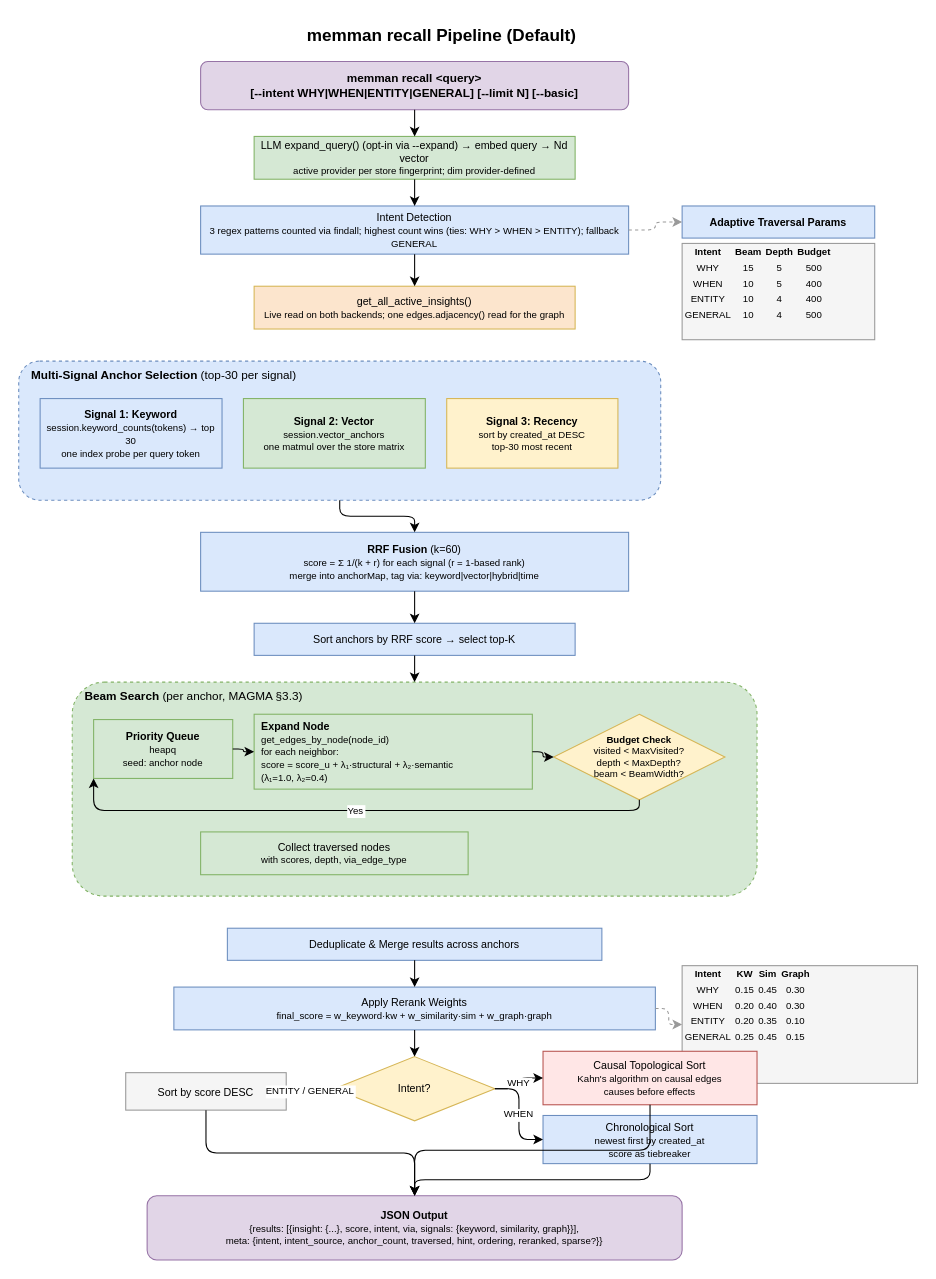
bissli/memman keeps this draw.io diagram as docs/diagrams/03-smart-recall-pipeline.drawio. Above is the earlier version. Source tidied: cells renumbered, new cells numbered last; positions are measured from the earlier drawing's top-left corner, leaving out a move shared by most shapes. Both pictures are drawn from the tidied source at 107%, with x=0, y=0 at pixel (18, 18).
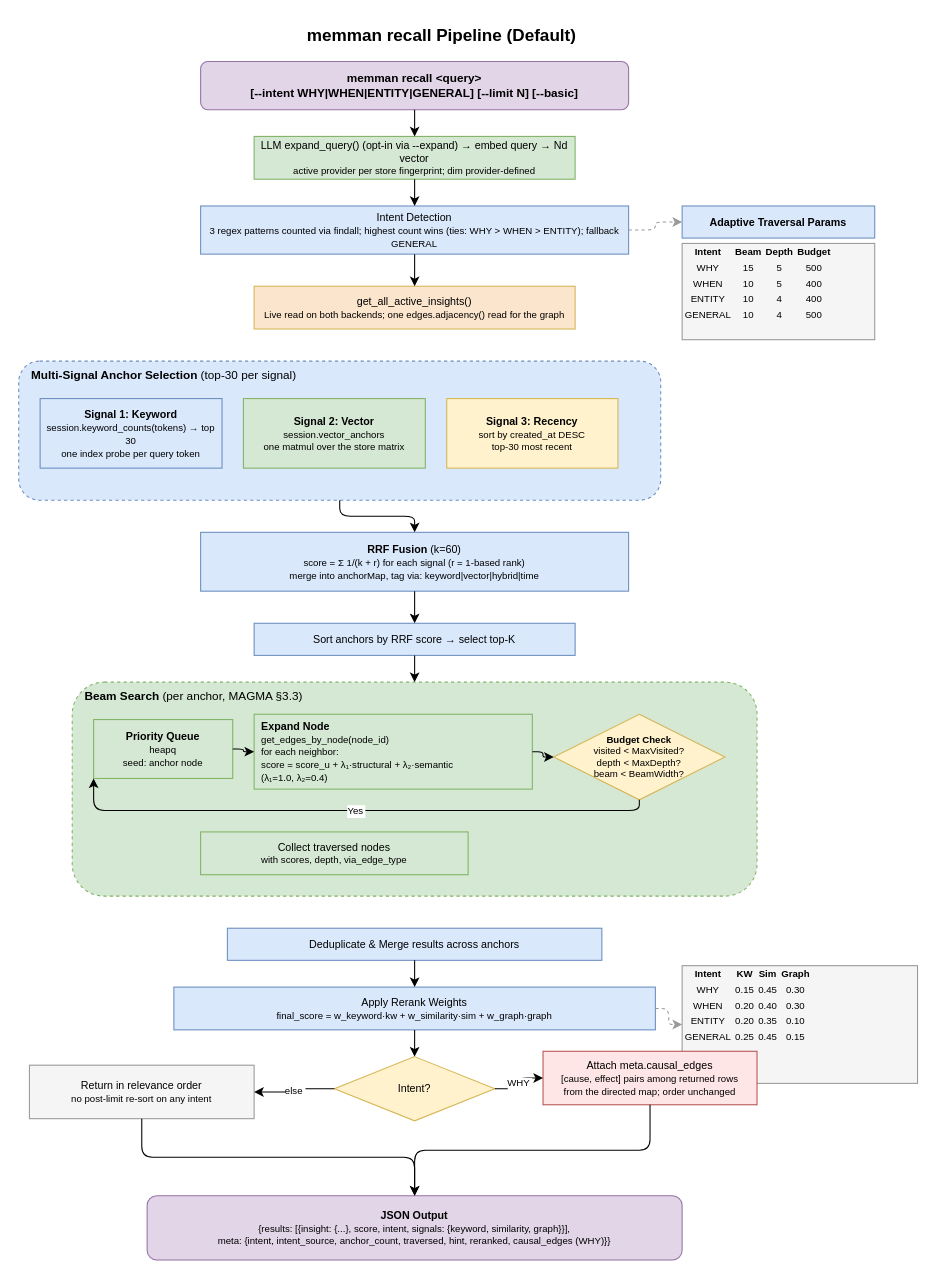
The same diagram, later.

Unchanged cells that the change refers to:
```xml
<mxCell id="35" value="Intent?" style="rhombus;whiteSpace=wrap;html=1;fillColor=#fff2cc;strokeColor=#d6b656;fontSize=10;" parent="1" vertex="1">
  <mxGeometry x="295" y="970" width="150" height="60" as="geometry" />
</mxCell>
```

The edit, as a diff of the source:
```diff
@@
-    <mxCell id="37" value="Causal Topological Sort&lt;br&gt;&lt;font style=&quot;font-size:9px&quot;&gt;Kahn's algorithm on causal edges&lt;br&gt;causes before effects&lt;/font&gt;" style="rounded=0;whiteSpace=wrap;html=1;fillColor=#FFE6E6;strokeColor=#b85450;fontSize=10;" parent="1" vertex="1">
+    <mxCell id="37" value="Attach meta.causal_edges&lt;br&gt;&lt;font style=&quot;font-size:9px&quot;&gt;[cause, effect] pairs among returned rows&lt;br&gt;from the directed map; order unchanged&lt;/font&gt;" style="rounded=0;whiteSpace=wrap;html=1;fillColor=#FFE6E6;strokeColor=#b85450;fontSize=10;" parent="1" vertex="1">
       <mxGeometry x="490" y="965" width="200" height="50" as="geometry" />
     </mxCell>
@@
-    <mxCell id="39" value="Chronological Sort&lt;br&gt;&lt;font style=&quot;font-size:9px&quot;&gt;newest first by created_at&lt;br&gt;score as tiebreaker&lt;/font&gt;" style="rounded=0;whiteSpace=wrap;html=1;fillColor=#dae8fc;strokeColor=#6c8ebf;fontSize=10;" parent="1" vertex="1">
-      <mxGeometry x="490" y="1025" width="200" height="45" as="geometry" />
-    </mxCell>
-    <mxCell id="40" value="WHEN" style="edgeStyle=orthogonalEdgeStyle;rounded=1;fontSize=9;" parent="1" edge="1" source="35" target="39">
-      <mxGeometry relative="1" as="geometry" />
-    </mxCell>
-    <mxCell id="41" value="Sort by score DESC" style="rounded=0;whiteSpace=wrap;html=1;fillColor=#f5f5f5;strokeColor=#999999;fontSize=10;" parent="1" vertex="1">
-      <mxGeometry x="100" y="985" width="150" height="35" as="geometry" />
+    <mxCell id="41" value="Return in relevance order&lt;br&gt;&lt;font style=&quot;font-size:9px&quot;&gt;no post-limit re-sort on any intent&lt;/font&gt;" style="rounded=0;whiteSpace=wrap;html=1;fillColor=#f5f5f5;strokeColor=#999999;fontSize=10;" parent="1" vertex="1">
+      <mxGeometry x="10" y="978" width="210" height="50" as="geometry" />
     </mxCell>
-    <mxCell id="42" value="ENTITY / GENERAL" style="edgeStyle=orthogonalEdgeStyle;rounded=1;fontSize=9;" parent="1" edge="1" source="35" target="41">
+    <mxCell id="42" value="else" style="edgeStyle=orthogonalEdgeStyle;rounded=1;fontSize=9;" parent="1" edge="1" source="35" target="41">
       <mxGeometry relative="1" as="geometry" />
     </mxCell>
-    <mxCell id="43" value="&lt;b&gt;JSON Output&lt;/b&gt;&lt;br&gt;&lt;font style=&quot;font-size:9px&quot;&gt;{results: [{insight: {...}, score, intent, via, signals: {keyword, similarity, graph}}],&lt;br&gt; meta: {intent, intent_source, anchor_count, traversed, hint, ordering, reranked, sparse?}}&lt;/font&gt;" style="rounded=1;whiteSpace=wrap;html=1;fillColor=#e1d5e7;strokeColor=#9673a6;fontSize=10;" parent="1" vertex="1">
+    <mxCell id="43" value="&lt;b&gt;JSON Output&lt;/b&gt;&lt;br&gt;&lt;font style=&quot;font-size:9px&quot;&gt;{results: [{insight: {...}, score, intent, signals: {keyword, similarity, graph}}],&lt;br&gt; meta: {intent, intent_source, anchor_count, traversed, hint, reranked, causal_edges (WHY)}}&lt;/font&gt;" style="rounded=1;whiteSpace=wrap;html=1;fillColor=#e1d5e7;strokeColor=#9673a6;fontSize=10;" parent="1" vertex="1">
       <mxGeometry x="120" y="1100" width="500" height="60" as="geometry" />
     </mxCell>
@@
-    <mxCell id="46" style="edgeStyle=orthogonalEdgeStyle;rounded=1;" parent="1" edge="1" source="39" target="43">
-      <mxGeometry relative="1" as="geometry" />
-    </mxCell>
```
